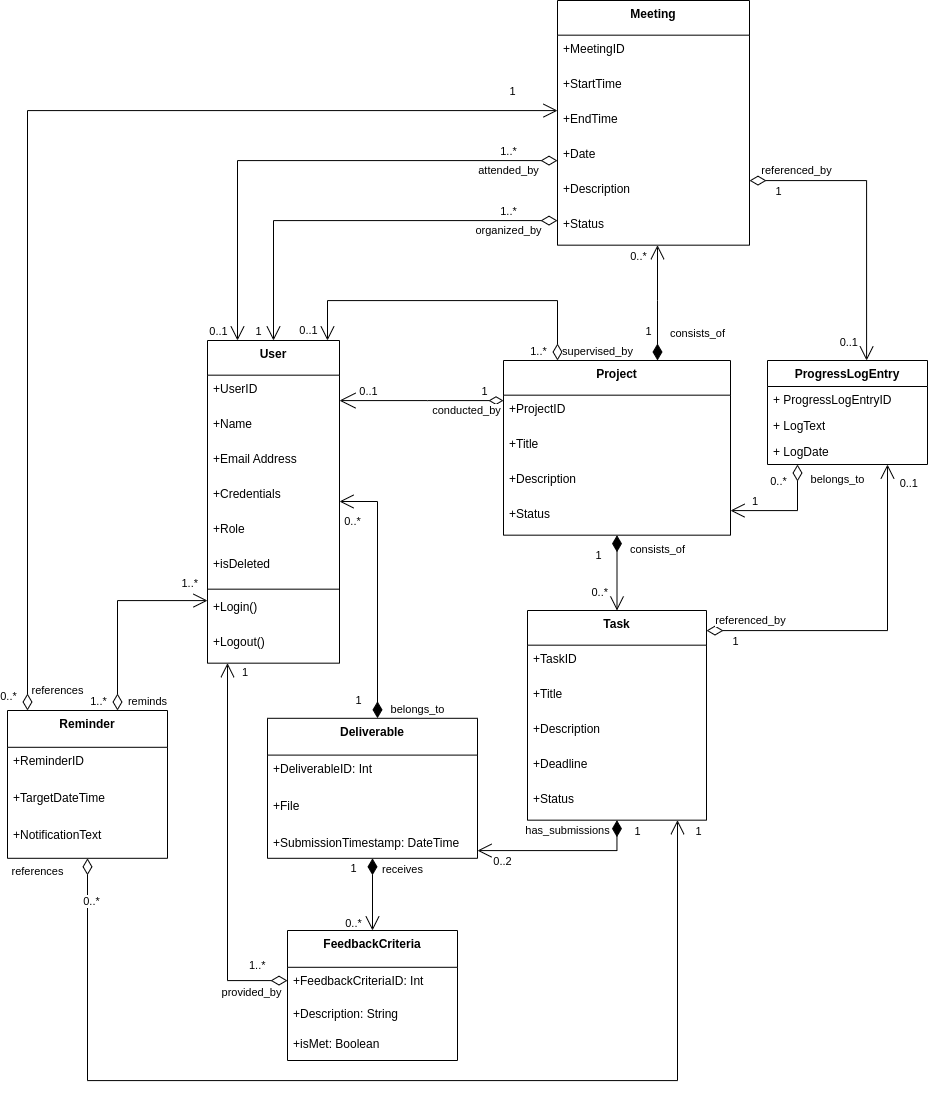
The draw.io diagram UML/Class Diagrams/images/Domain Class Diagram.drawio.png in Beginner50/Dissertation, before a commit. Source tidied: cells renumbered, new cells last; positions are measured from the earlier drawing's top-left corner, leaving out a move shared by most shapes.
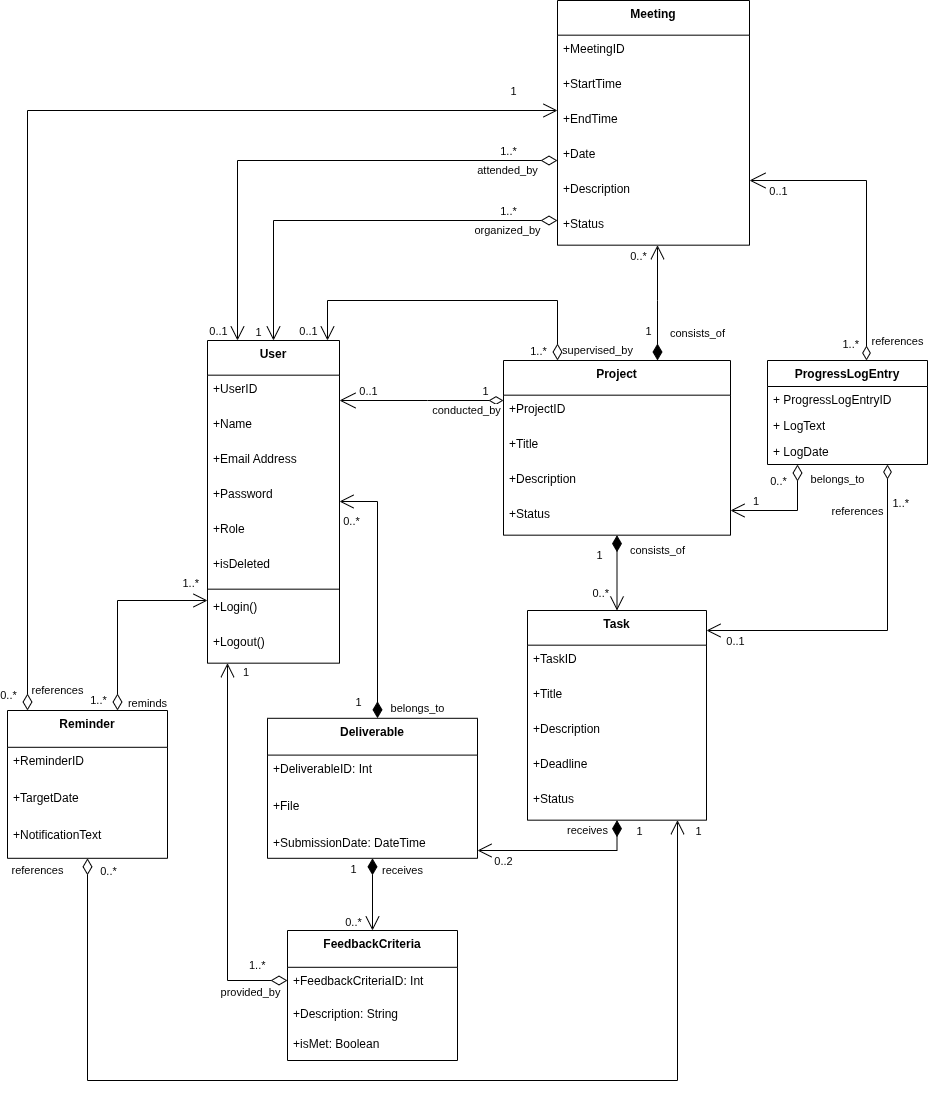
Later version of the same file.

Commit message:
v8.7: ERD Added + Design Completed

What changed in the source:
```diff
@@ -14,7 +14,7 @@
     <mxCell id="5" value="+Email Address" style="text;strokeColor=none;fillColor=none;align=left;verticalAlign=top;spacingLeft=4;spacingRight=4;overflow=hidden;" parent="2" vertex="1">
       <mxGeometry y="104.7" width="132" height="35" as="geometry" />
     </mxCell>
-    <mxCell id="6" value="+Credentials" style="text;strokeColor=none;fillColor=none;align=left;verticalAlign=top;spacingLeft=4;spacingRight=4;overflow=hidden;" parent="2" vertex="1">
+    <mxCell id="6" value="+Password" style="text;strokeColor=none;fillColor=none;align=left;verticalAlign=top;spacingLeft=4;spacingRight=4;overflow=hidden;" parent="2" vertex="1">
       <mxGeometry y="139.7" width="132" height="35" as="geometry" />
     </mxCell>
     <mxCell id="7" value="+Role" style="text;strokeColor=none;fillColor=none;align=left;verticalAlign=top;spacingLeft=4;spacingRight=4;overflow=hidden;" parent="2" vertex="1">
@@ -116,11 +116,11 @@
     <mxCell id="35" value="+File" style="text;strokeColor=none;fillColor=none;align=left;verticalAlign=top;spacingLeft=4;spacingRight=4;overflow=hidden;" parent="33" vertex="1">
       <mxGeometry y="73.8" width="210" height="37" as="geometry" />
     </mxCell>
-    <mxCell id="36" value="+SubmissionTimestamp: DateTime" style="text;strokeColor=none;fillColor=none;align=left;verticalAlign=top;spacingLeft=4;spacingRight=4;overflow=hidden;" parent="33" vertex="1">
+    <mxCell id="36" value="+SubmissionDate: DateTime" style="text;strokeColor=none;fillColor=none;align=left;verticalAlign=top;spacingLeft=4;spacingRight=4;overflow=hidden;" parent="33" vertex="1">
       <mxGeometry y="110.8" width="210" height="29.2" as="geometry" />
     </mxCell>
-    <mxCell id="37" value="has_submissions" style="endArrow=open;html=1;endSize=12;startArrow=diamondThin;startSize=14;startFill=1;edgeStyle=orthogonalEdgeStyle;rounded=0;" parent="1" edge="1" source="24" target="33">
-      <mxGeometry x="-0.06" y="-20" relative="1" as="geometry">
+    <mxCell id="37" value="receives" style="endArrow=open;html=1;endSize=12;startArrow=diamondThin;startSize=14;startFill=1;edgeStyle=orthogonalEdgeStyle;rounded=0;" parent="1" edge="1" source="24" target="33">
+      <mxGeometry x="-0.3" y="-20" relative="1" as="geometry">
         <Array as="points">
           <mxPoint x="609" y="850" />
         </Array>
@@ -206,7 +206,7 @@
     <mxCell id="54" value="+ReminderID" style="text;strokeColor=none;fillColor=none;align=left;verticalAlign=top;spacingLeft=4;spacingRight=4;overflow=hidden;" parent="53" vertex="1">
       <mxGeometry y="36.8" width="160" height="37" as="geometry" />
     </mxCell>
-    <mxCell id="55" value="+TargetDateTime" style="text;strokeColor=none;fillColor=none;align=left;verticalAlign=top;spacingLeft=4;spacingRight=4;overflow=hidden;" parent="53" vertex="1">
+    <mxCell id="55" value="+TargetDate" style="text;strokeColor=none;fillColor=none;align=left;verticalAlign=top;spacingLeft=4;spacingRight=4;overflow=hidden;" parent="53" vertex="1">
       <mxGeometry y="73.8" width="160" height="37" as="geometry" />
     </mxCell>
     <mxCell id="56" value="+NotificationText" style="text;strokeColor=none;fillColor=none;align=left;verticalAlign=top;spacingLeft=4;spacingRight=4;overflow=hidden;" parent="53" vertex="1">
@@ -338,38 +338,38 @@
         <mxPoint x="-20" y="-10" as="offset" />
       </mxGeometry>
     </mxCell>
-    <mxCell id="82" value="referenced_by" style="endArrow=open;html=1;endSize=12;startArrow=diamondThin;startSize=14;startFill=0;edgeStyle=orthogonalEdgeStyle;rounded=0;" parent="1" edge="1" source="63" target="17">
-      <mxGeometry x="-0.68" y="10" relative="1" as="geometry">
+    <mxCell id="82" value="references" style="endArrow=diamondThin;html=1;endSize=12;startArrow=open;startSize=14;startFill=0;edgeStyle=orthogonalEdgeStyle;rounded=0;endFill=0;" parent="1" edge="1" source="63" target="17">
+      <mxGeometry x="0.87" y="31" relative="1" as="geometry">
         <Array as="points">
           <mxPoint x="859" y="180" />
         </Array>
       </mxGeometry>
     </mxCell>
-    <mxCell id="83" value="1" style="edgeLabel;html=1;align=center;verticalAlign=middle;labelPosition=center;verticalLabelPosition=middle;" parent="82" vertex="1">
+    <mxCell id="83" value="0..1" style="edgeLabel;html=1;align=center;verticalAlign=middle;labelPosition=center;verticalLabelPosition=middle;" parent="82" vertex="1">
       <mxGeometry x="-1" relative="1" as="geometry">
         <mxPoint x="28" y="10" as="offset" />
       </mxGeometry>
     </mxCell>
-    <mxCell id="84" value="0..1" style="edgeLabel;html=1;align=right;verticalAlign=top;" parent="82" vertex="1">
+    <mxCell id="84" value="1..*" style="edgeLabel;html=1;align=right;verticalAlign=top;" parent="82" vertex="1">
       <mxGeometry x="1" relative="1" as="geometry">
         <mxPoint x="-9" y="-30" as="offset" />
       </mxGeometry>
     </mxCell>
-    <mxCell id="85" value="referenced_by" style="endArrow=open;html=1;endSize=12;startArrow=diamondThin;startSize=14;startFill=0;edgeStyle=orthogonalEdgeStyle;rounded=0;" parent="1" edge="1" source="24" target="17">
-      <mxGeometry x="-0.74" y="10" relative="1" as="geometry">
+    <mxCell id="85" value="references" style="endArrow=diamondThin;html=1;endSize=12;startArrow=open;startSize=12;startFill=0;edgeStyle=orthogonalEdgeStyle;rounded=0;endFill=0;" parent="1" edge="1" source="24" target="17">
+      <mxGeometry x="0.73" y="30" relative="1" as="geometry">
         <Array as="points">
           <mxPoint x="880" y="630" />
         </Array>
       </mxGeometry>
     </mxCell>
-    <mxCell id="86" value="1" style="edgeLabel;html=1;align=center;verticalAlign=middle;labelPosition=center;verticalLabelPosition=middle;" parent="85" vertex="1">
+    <mxCell id="86" value="0..1" style="edgeLabel;html=1;align=center;verticalAlign=middle;labelPosition=center;verticalLabelPosition=middle;" parent="85" vertex="1">
       <mxGeometry x="-1" relative="1" as="geometry">
         <mxPoint x="28" y="10" as="offset" />
       </mxGeometry>
     </mxCell>
-    <mxCell id="87" value="0..1" style="edgeLabel;html=1;align=right;verticalAlign=top;" parent="85" vertex="1">
+    <mxCell id="87" value="1..*" style="edgeLabel;html=1;align=right;verticalAlign=top;" parent="85" vertex="1">
       <mxGeometry x="1" relative="1" as="geometry">
-        <mxPoint x="30" y="6" as="offset" />
+        <mxPoint x="20" y="26" as="offset" />
       </mxGeometry>
     </mxCell>
     <mxCell id="88" value="references" style="endArrow=open;html=1;endSize=12;startArrow=diamondThin;startSize=14;startFill=0;edgeStyle=orthogonalEdgeStyle;rounded=0;" parent="1" edge="1" source="53" target="24">
@@ -387,7 +387,7 @@
     </mxCell>
     <mxCell id="90" value="0..*" style="edgeLabel;html=1;align=center;verticalAlign=middle;" parent="88" vertex="1">
       <mxGeometry x="-0.56" relative="1" as="geometry">
-        <mxPoint x="-13" y="-180" as="offset" />
+        <mxPoint x="4" y="-210" as="offset" />
       </mxGeometry>
     </mxCell>
     <mxCell id="91" value="references" style="endArrow=open;html=1;endSize=12;startArrow=diamondThin;startSize=14;startFill=0;edgeStyle=orthogonalEdgeStyle;rounded=0;" parent="1" edge="1" source="53" target="63">
```
